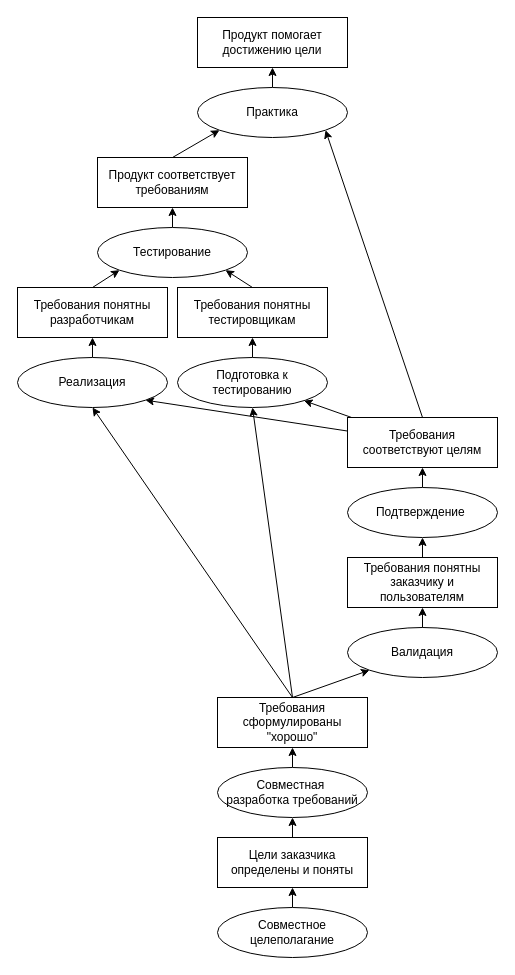
The draw.io diagram success-history.drawio in chaetal/why-test-first, before the edit. Source tidied: cells renumbered, new cells numbered last; positions are measured from the earlier drawing's top-left corner, leaving out a move shared by most shapes. Both pictures are drawn from the tidied source at 100%, with x=0, y=0 at pixel (17, 17).
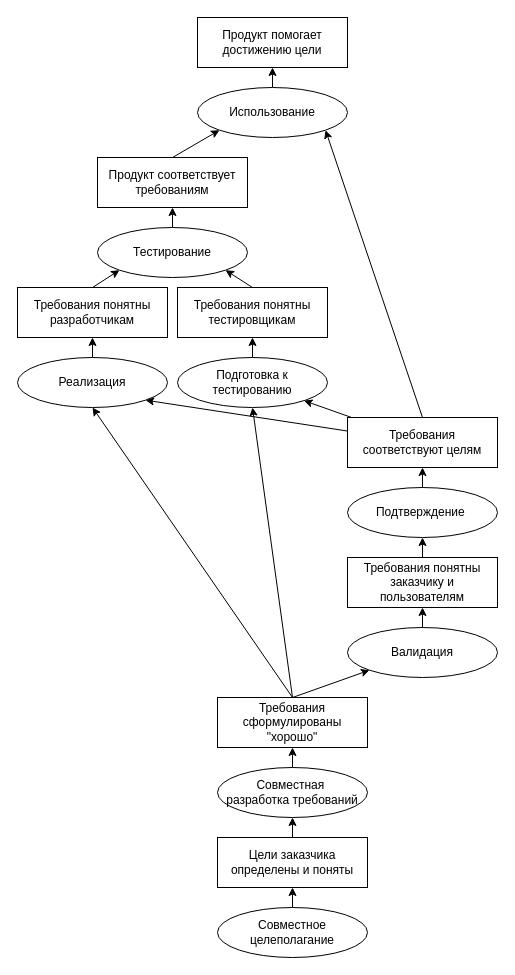
After the change.

Change to the diagram source:
```diff
@@
-    <mxCell id="20" value="Практика" style="ellipse;whiteSpace=wrap;html=1;" parent="1" vertex="1">
+    <mxCell id="20" value="Использование" style="ellipse;whiteSpace=wrap;html=1;" parent="1" vertex="1">
       <mxGeometry x="180" y="70" width="150" height="50" as="geometry" />
     </mxCell>
```
